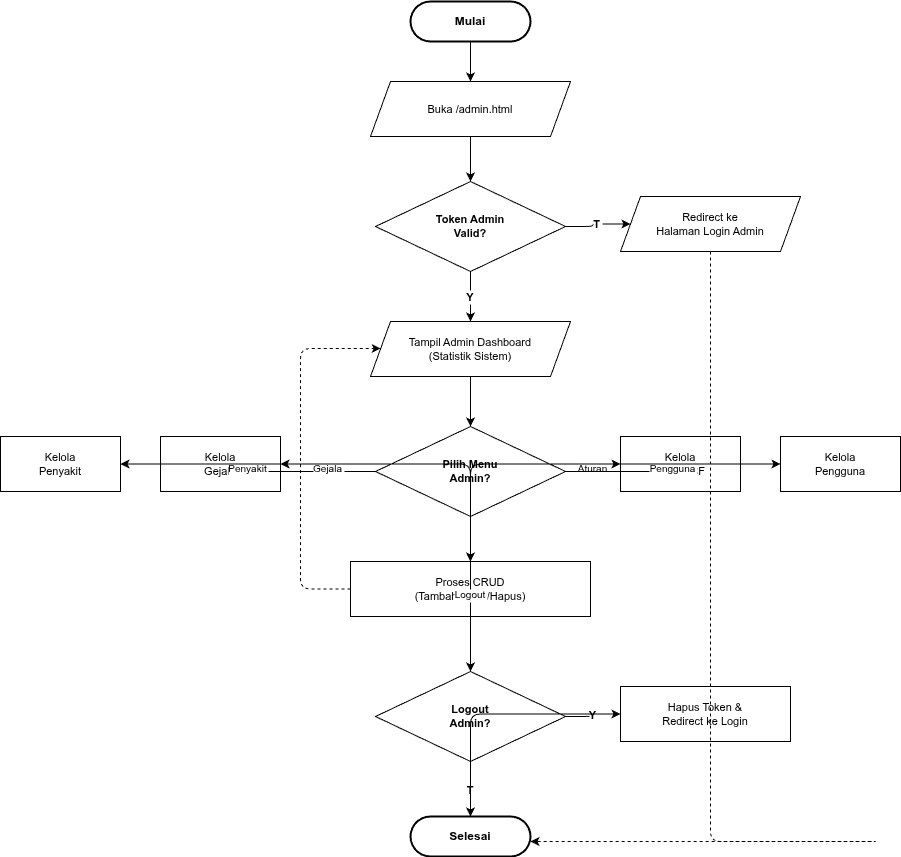
The draw.io diagram diagram/flowchart/18-flowchart-admin-dashboard.png in RajaSunrise/kangkungku, before a commit. Source tidied: cells renumbered, new cells last; positions are measured from the earlier drawing's top-left corner, leaving out a move shared by most shapes.
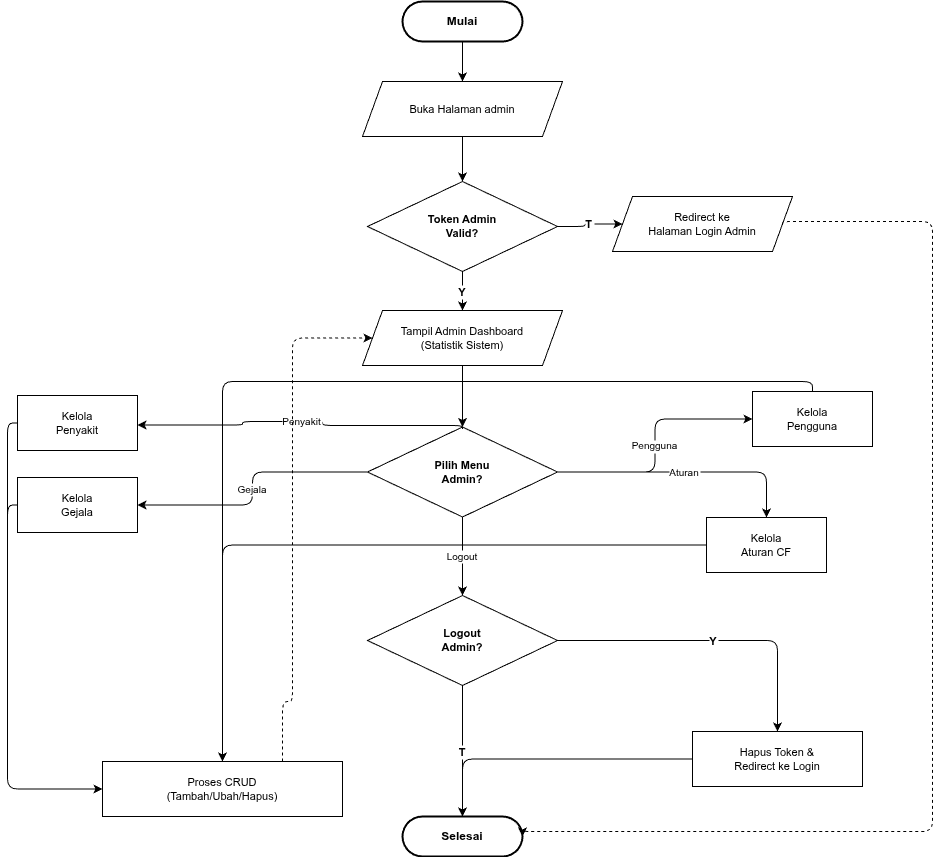
After the commit.

Diff of the diagram source:
```diff
@@ -2,73 +2,85 @@
   <root>
     <mxCell id="0" />
     <mxCell id="1" parent="0" />
-    <mxCell id="2" value="Mulai" style="rounded=1;whiteSpace=wrap;html=1;arcSize=50;fillColor=#FFFFFF;strokeColor=#000000;strokeWidth=2;fontSize=12;fontStyle=1;" parent="1" vertex="1">
-      <mxGeometry x="410" width="120" height="40" as="geometry" />
-    </mxCell>
-    <mxCell id="3" value="Buka /admin.html" style="shape=parallelogram;perimeter=parallelogramPerimeter;whiteSpace=wrap;html=1;fixedSize=1;size=20;fillColor=#FFFFFF;strokeColor=#000000;fontSize=11;" parent="1" vertex="1">
-      <mxGeometry x="370" y="80" width="200" height="55" as="geometry" />
-    </mxCell>
+    <mxCell id="15" value="Mulai" style="rounded=1;whiteSpace=wrap;html=1;arcSize=50;fillColor=#FFFFFF;strokeColor=#000000;strokeWidth=2;fontSize=12;fontStyle=1;" parent="1" vertex="1">
+      <mxGeometry x="420" y="50" width="120" height="40" as="geometry" />
+    </mxCell>
+    <mxCell id="35" value="Buka Halaman admin" style="shape=parallelogram;perimeter=parallelogramPerimeter;whiteSpace=wrap;html=1;fixedSize=1;size=20;fillColor=#FFFFFF;strokeColor=#000000;fontSize=11;" parent="1" vertex="1">
+      <mxGeometry x="380" y="130" width="200" height="55" as="geometry" />
+    </mxCell>
     <mxCell id="4" value="Token Admin&#10;Valid?" style="rhombus;whiteSpace=wrap;html=1;fillColor=#FFFFFF;strokeColor=#000000;fontSize=11;fontStyle=1;" parent="1" vertex="1">
-      <mxGeometry x="375" y="180" width="190" height="90" as="geometry" />
+      <mxGeometry x="385" y="230" width="190" height="90" as="geometry" />
     </mxCell>
     <mxCell id="5" value="Redirect ke&#10;Halaman Login Admin" style="shape=parallelogram;perimeter=parallelogramPerimeter;whiteSpace=wrap;html=1;fixedSize=1;size=20;fillColor=#FFFFFF;strokeColor=#000000;fontSize=11;" parent="1" vertex="1">
-      <mxGeometry x="620" y="195" width="180" height="55" as="geometry" />
+      <mxGeometry x="630" y="245" width="180" height="55" as="geometry" />
     </mxCell>
     <mxCell id="6" value="Tampil Admin Dashboard&#10;(Statistik Sistem)" style="shape=parallelogram;perimeter=parallelogramPerimeter;whiteSpace=wrap;html=1;fixedSize=1;size=20;fillColor=#FFFFFF;strokeColor=#000000;fontSize=11;" parent="1" vertex="1">
-      <mxGeometry x="370" y="320" width="200" height="55" as="geometry" />
+      <mxGeometry x="380" y="359" width="200" height="55" as="geometry" />
     </mxCell>
     <mxCell id="7" value="Pilih Menu&#10;Admin?" style="rhombus;whiteSpace=wrap;html=1;fillColor=#FFFFFF;strokeColor=#000000;fontSize=11;fontStyle=1;" parent="1" vertex="1">
-      <mxGeometry x="375" y="425" width="190" height="90" as="geometry" />
+      <mxGeometry x="385" y="475.5" width="190" height="90" as="geometry" />
     </mxCell>
     <mxCell id="8" value="Kelola&#10;Penyakit" style="rounded=0;whiteSpace=wrap;html=1;fillColor=#FFFFFF;strokeColor=#000000;fontSize=11;" parent="1" vertex="1">
-      <mxGeometry y="435" width="120" height="55" as="geometry" />
+      <mxGeometry x="35" y="444" width="120" height="55" as="geometry" />
     </mxCell>
     <mxCell id="9" value="Kelola&#10;Gejala" style="rounded=0;whiteSpace=wrap;html=1;fillColor=#FFFFFF;strokeColor=#000000;fontSize=11;" parent="1" vertex="1">
-      <mxGeometry x="160" y="435" width="120" height="55" as="geometry" />
+      <mxGeometry x="35" y="526" width="120" height="55" as="geometry" />
     </mxCell>
     <mxCell id="10" value="Kelola&#10;Aturan CF" style="rounded=0;whiteSpace=wrap;html=1;fillColor=#FFFFFF;strokeColor=#000000;fontSize=11;" parent="1" vertex="1">
-      <mxGeometry x="620" y="435" width="120" height="55" as="geometry" />
+      <mxGeometry x="724" y="566" width="120" height="55" as="geometry" />
     </mxCell>
     <mxCell id="11" value="Kelola&#10;Pengguna" style="rounded=0;whiteSpace=wrap;html=1;fillColor=#FFFFFF;strokeColor=#000000;fontSize=11;" parent="1" vertex="1">
-      <mxGeometry x="780" y="435" width="120" height="55" as="geometry" />
+      <mxGeometry x="770" y="440" width="120" height="55" as="geometry" />
     </mxCell>
     <mxCell id="12" value="Proses CRUD&#10;(Tambah/Ubah/Hapus)" style="rounded=0;whiteSpace=wrap;html=1;fillColor=#FFFFFF;strokeColor=#000000;fontSize=11;" parent="1" vertex="1">
-      <mxGeometry x="350" y="560" width="240" height="55" as="geometry" />
+      <mxGeometry x="120" y="810" width="240" height="55" as="geometry" />
     </mxCell>
     <mxCell id="13" value="Logout&#10;Admin?" style="rhombus;whiteSpace=wrap;html=1;fillColor=#FFFFFF;strokeColor=#000000;fontSize=11;fontStyle=1;" parent="1" vertex="1">
-      <mxGeometry x="375" y="670" width="190" height="90" as="geometry" />
+      <mxGeometry x="385" y="644" width="190" height="90" as="geometry" />
     </mxCell>
     <mxCell id="14" value="Hapus Token &amp;&#10;Redirect ke Login" style="rounded=0;whiteSpace=wrap;html=1;fillColor=#FFFFFF;strokeColor=#000000;fontSize=11;" parent="1" vertex="1">
-      <mxGeometry x="620" y="685" width="170" height="55" as="geometry" />
+      <mxGeometry x="710" y="780" width="170" height="55" as="geometry" />
     </mxCell>
-    <mxCell id="15" value="Selesai" style="rounded=1;whiteSpace=wrap;html=1;arcSize=50;fillColor=#FFFFFF;strokeColor=#000000;strokeWidth=2;fontSize=12;fontStyle=1;" parent="1" vertex="1">
-      <mxGeometry x="410" y="815" width="120" height="40" as="geometry" />
-    </mxCell>
-    <mxCell id="16" style="edgeStyle=orthogonalEdgeStyle;" parent="1" edge="1" source="2" target="3">
-      <mxGeometry relative="1" as="geometry" />
-    </mxCell>
-    <mxCell id="17" style="edgeStyle=orthogonalEdgeStyle;" parent="1" edge="1" source="3" target="4">
-      <mxGeometry relative="1" as="geometry" />
-    </mxCell>
+    <mxCell id="36" value="Selesai" style="rounded=1;whiteSpace=wrap;html=1;arcSize=50;fillColor=#FFFFFF;strokeColor=#000000;strokeWidth=2;fontSize=12;fontStyle=1;" parent="1" vertex="1">
+      <mxGeometry x="420" y="865" width="120" height="40" as="geometry" />
+    </mxCell>
+    <mxCell id="37" style="edgeStyle=orthogonalEdgeStyle;" parent="1" edge="1" source="15" target="35">
+      <mxGeometry relative="1" as="geometry" />
+    </mxCell>
+    <mxCell id="38" style="edgeStyle=orthogonalEdgeStyle;" parent="1" edge="1" source="35" target="4">
+      <mxGeometry relative="1" as="geometry" />
+    </mxCell>
     <mxCell id="18" value="T" style="edgeStyle=orthogonalEdgeStyle;fontSize=11;fontStyle=1;" parent="1" edge="1" source="4" target="5">
       <mxGeometry relative="1" as="geometry" />
     </mxCell>
-    <mxCell id="19" style="edgeStyle=orthogonalEdgeStyle;dashed=1;" parent="1" edge="1" source="5" target="15">
-      <mxGeometry relative="1" as="geometry">
-        <Array as="points">
-          <mxPoint x="880" y="840" />
-          <mxPoint x="530" y="840" />
-        </Array>
-      </mxGeometry>
-    </mxCell>
+    <mxCell id="39" style="edgeStyle=orthogonalEdgeStyle;dashed=1;entryX=1;entryY=0.5;entryDx=0;entryDy=0;exitX=1;exitY=0.5;exitDx=0;exitDy=0;" parent="1" edge="1" source="5" target="36">
+      <mxGeometry relative="1" as="geometry">
+        <Array as="points">
+          <mxPoint x="800" y="270" />
+          <mxPoint x="950" y="270" />
+          <mxPoint x="950" y="880" />
+          <mxPoint x="540" y="880" />
+        </Array>
+      </mxGeometry>
+    </mxCell>
     <mxCell id="20" value="Y" style="edgeStyle=orthogonalEdgeStyle;fontSize=11;fontStyle=1;" parent="1" edge="1" source="4" target="6">
       <mxGeometry relative="1" as="geometry" />
     </mxCell>
     <mxCell id="21" style="edgeStyle=orthogonalEdgeStyle;" parent="1" edge="1" source="6" target="7">
       <mxGeometry relative="1" as="geometry" />
     </mxCell>
-    <mxCell id="22" value="Penyakit" style="edgeStyle=orthogonalEdgeStyle;fontSize=10;" parent="1" edge="1" source="7" target="8">
-      <mxGeometry relative="1" as="geometry" />
+    <mxCell id="22" value="Penyakit" style="edgeStyle=orthogonalEdgeStyle;fontSize=10;exitX=0.5;exitY=0;exitDx=0;exitDy=0;entryX=1;entryY=0.5;entryDx=0;entryDy=0;" parent="1" edge="1">
+      <mxGeometry relative="1" as="geometry">
+        <mxPoint x="480" y="477.5" as="sourcePoint" />
+        <mxPoint x="155" y="473.5" as="targetPoint" />
+        <Array as="points">
+          <mxPoint x="480" y="474" />
+          <mxPoint x="340" y="474" />
+          <mxPoint x="340" y="470" />
+          <mxPoint x="260" y="470" />
+          <mxPoint x="260" y="474" />
+        </Array>
+      </mxGeometry>
     </mxCell>
     <mxCell id="23" value="Gejala" style="edgeStyle=orthogonalEdgeStyle;fontSize=10;" parent="1" edge="1" source="7" target="9">
       <mxGeometry relative="1" as="geometry" />
@@ -79,24 +91,24 @@
     <mxCell id="25" value="Pengguna" style="edgeStyle=orthogonalEdgeStyle;fontSize=10;" parent="1" edge="1" source="7" target="11">
       <mxGeometry relative="1" as="geometry" />
     </mxCell>
-    <mxCell id="26" style="edgeStyle=orthogonalEdgeStyle;" parent="1" edge="1" source="8" target="12">
+    <mxCell id="26" style="edgeStyle=orthogonalEdgeStyle;entryX=0;entryY=0.5;entryDx=0;entryDy=0;exitX=0;exitY=0.5;exitDx=0;exitDy=0;" parent="1" edge="1" source="8" target="12">
       <mxGeometry relative="1" as="geometry" />
     </mxCell>
-    <mxCell id="27" style="edgeStyle=orthogonalEdgeStyle;" parent="1" edge="1" source="9" target="12">
+    <mxCell id="27" style="edgeStyle=orthogonalEdgeStyle;exitX=0;exitY=0.5;exitDx=0;exitDy=0;entryX=0;entryY=0.5;entryDx=0;entryDy=0;" parent="1" edge="1" source="9" target="12">
       <mxGeometry relative="1" as="geometry" />
     </mxCell>
     <mxCell id="28" style="edgeStyle=orthogonalEdgeStyle;" parent="1" edge="1" source="10" target="12">
       <mxGeometry relative="1" as="geometry" />
     </mxCell>
-    <mxCell id="29" style="edgeStyle=orthogonalEdgeStyle;" parent="1" edge="1" source="11" target="12">
+    <mxCell id="29" style="edgeStyle=orthogonalEdgeStyle;exitX=0.5;exitY=0;exitDx=0;exitDy=0;entryX=0.5;entryY=0;entryDx=0;entryDy=0;" parent="1" edge="1" source="11" target="12">
       <mxGeometry relative="1" as="geometry" />
     </mxCell>
-    <mxCell id="30" style="edgeStyle=orthogonalEdgeStyle;dashed=1;" parent="1" edge="1" source="12" target="6">
+    <mxCell id="30" style="edgeStyle=orthogonalEdgeStyle;dashed=1;exitX=0.75;exitY=0;exitDx=0;exitDy=0;entryX=0;entryY=0.5;entryDx=0;entryDy=0;" parent="1" edge="1" source="12" target="6">
       <mxGeometry relative="1" as="geometry">
         <Array as="points">
-          <mxPoint x="300" y="587" />
-          <mxPoint x="300" y="347" />
-          <mxPoint x="370" y="347" />
+          <mxPoint x="300" y="750" />
+          <mxPoint x="310" y="750" />
+          <mxPoint x="310" y="387" />
         </Array>
       </mxGeometry>
     </mxCell>
@@ -106,11 +118,11 @@
     <mxCell id="32" value="Y" style="edgeStyle=orthogonalEdgeStyle;fontSize=11;fontStyle=1;" parent="1" edge="1" source="13" target="14">
       <mxGeometry relative="1" as="geometry" />
     </mxCell>
-    <mxCell id="33" value="T" style="edgeStyle=orthogonalEdgeStyle;fontSize=11;fontStyle=1;" parent="1" edge="1" source="13" target="15">
-      <mxGeometry relative="1" as="geometry" />
-    </mxCell>
-    <mxCell id="34" style="edgeStyle=orthogonalEdgeStyle;" parent="1" edge="1" source="14" target="15">
-      <mxGeometry relative="1" as="geometry" />
-    </mxCell>
+    <mxCell id="40" value="T" style="edgeStyle=orthogonalEdgeStyle;fontSize=11;fontStyle=1;" parent="1" edge="1" source="13" target="36">
+      <mxGeometry relative="1" as="geometry" />
+    </mxCell>
+    <mxCell id="41" style="edgeStyle=orthogonalEdgeStyle;" parent="1" edge="1" source="14" target="36">
+      <mxGeometry relative="1" as="geometry" />
+    </mxCell>
   </root>
 </mxGraphModel>
```
